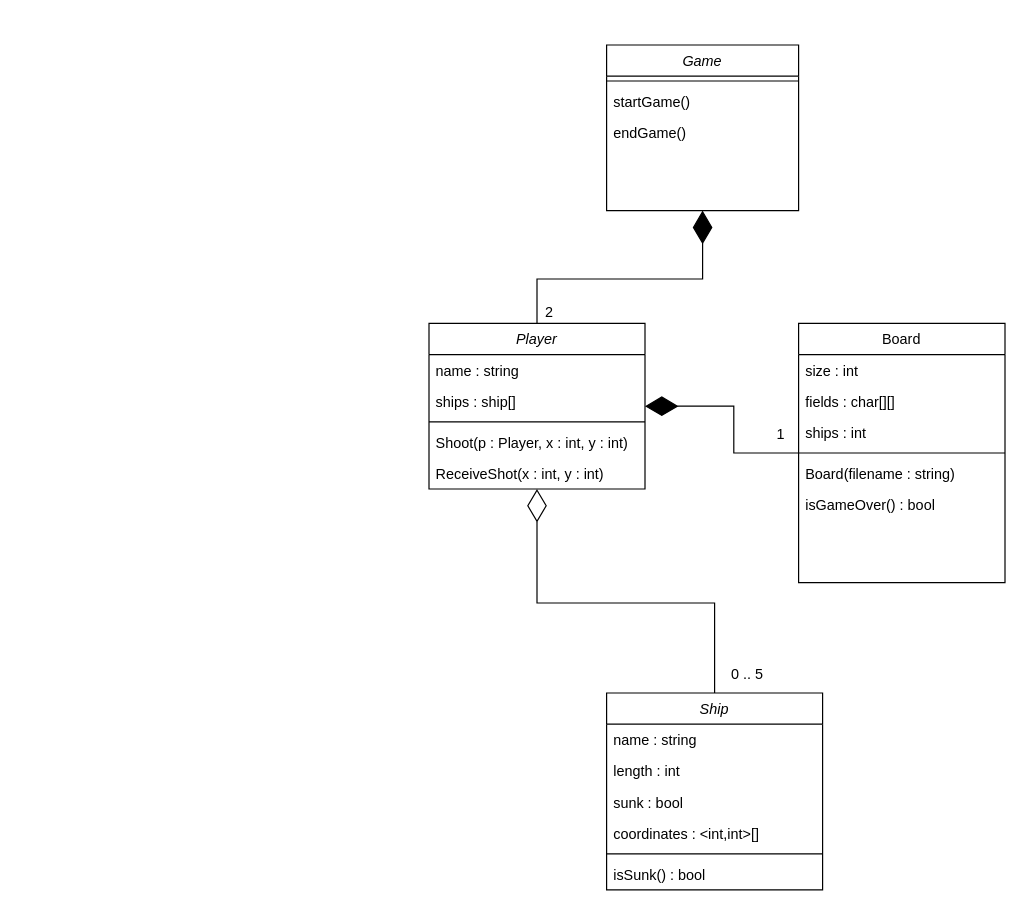
The draw.io diagram Battleships.drawio in szalaizsolt/feb17, before the edit. Source tidied: cells renumbered, new cells numbered last; positions are measured from the earlier drawing's top-left corner, leaving out a move shared by most shapes. Both pictures are drawn from the tidied source at 120%, with x=0, y=0 at pixel (428, 44).
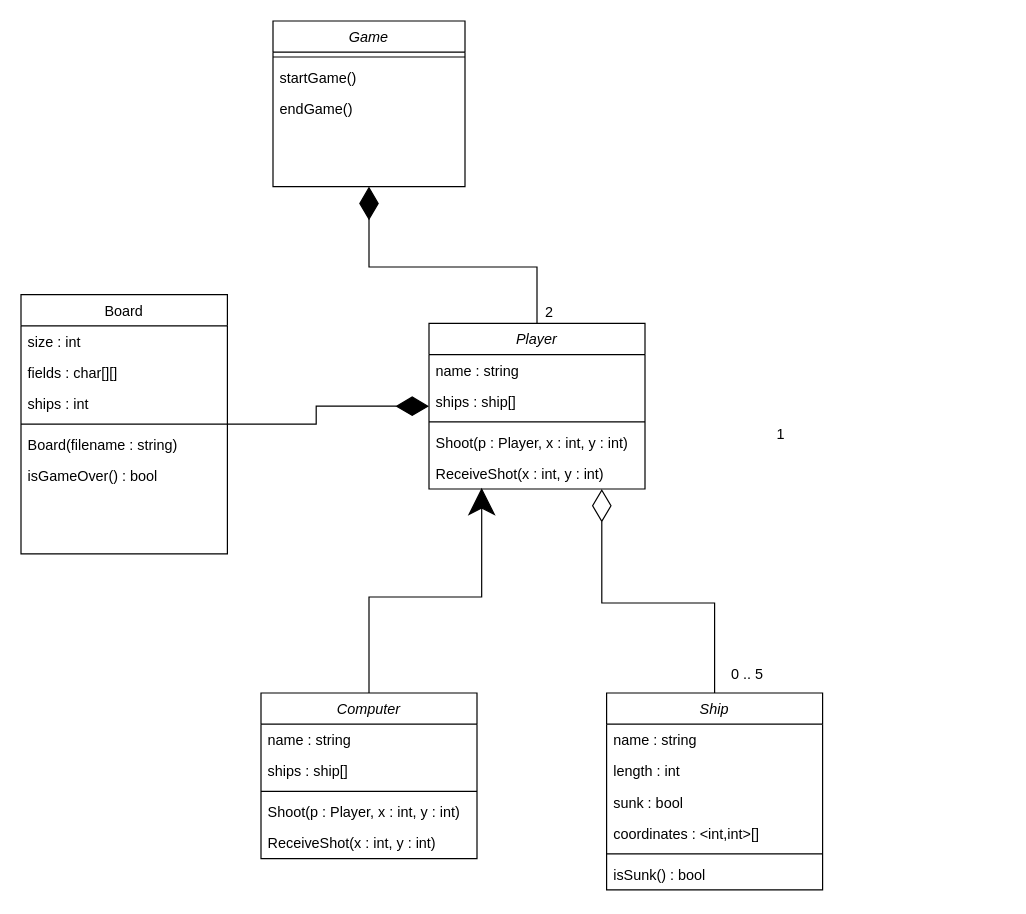
The same diagram, later.

Unchanged cells that the change refers to:
```xml
<mxCell id="3" value="Player" style="swimlane;fontStyle=2;align=center;verticalAlign=top;horizontal=1;startSize=26;rounded=0;shadow=0;strokeWidth=1;" parent="1" vertex="1">
  <mxGeometry y="232" width="180" height="138" as="geometry" />
</mxCell>
<mxCell id="8" value="ReceiveShot(x : int, y : int)" style="text;align=left;verticalAlign=top;spacingLeft=4;spacingRight=4;overflow=hidden;points=[[0,0.5],[1,0.5]];portConstraint=eastwest;" parent="3" vertex="1">
  <mxGeometry y="112" width="180" height="26" as="geometry" />
</mxCell>
<mxCell id="23" value="Ship" style="swimlane;fontStyle=2;align=center;verticalAlign=top;horizontal=1;startSize=26;rounded=0;shadow=0;strokeWidth=1;" parent="1" vertex="1">
  <mxGeometry x="148" y="540" width="180" height="164" as="geometry" />
</mxCell>
```

The edit, as a diff of the source:
```diff
@@
     <mxCell id="10" value="Board" style="swimlane;fontStyle=0;align=center;verticalAlign=top;horizontal=1;startSize=26;rounded=0;shadow=0;strokeWidth=1;" parent="1" vertex="1">
-      <mxGeometry x="308" y="232" width="172" height="216" as="geometry" />
+      <mxGeometry x="-340" y="208" width="172" height="216" as="geometry" />
     </mxCell>
@@
     <mxCell id="18" value="Game" style="swimlane;fontStyle=2;align=center;verticalAlign=top;horizontal=1;startSize=26;rounded=0;shadow=0;strokeWidth=1;" parent="1" vertex="1">
-      <mxGeometry x="148" width="160" height="138" as="geometry" />
+      <mxGeometry x="-130" y="-20" width="160" height="138" as="geometry" />
     </mxCell>
@@
-    <mxCell id="22" style="edgeStyle=orthogonalEdgeStyle;rounded=0;jettySize=auto;html=1;endArrow=diamondThin;endFill=0;endSize=25;" parent="1" edge="1" source="23" target="3">
+    <mxCell id="22" style="edgeStyle=orthogonalEdgeStyle;rounded=0;jettySize=auto;html=1;endArrow=diamondThin;endFill=0;endSize=25;entryX=0.8;entryY=1;entryDx=0;entryDy=0;entryPerimeter=0;" parent="1" edge="1" source="23" target="8">
       <mxGeometry relative="1" as="geometry" />
     </mxCell>
@@
+    <mxCell id="32" style="edgeStyle=orthogonalEdgeStyle;rounded=0;jettySize=auto;html=1;entryX=0.244;entryY=0.962;entryDx=0;entryDy=0;entryPerimeter=0;endSize=20;" parent="1" edge="1" source="33" target="8">
+      <mxGeometry relative="1" as="geometry" />
+    </mxCell>
+    <mxCell id="33" value="Computer" style="swimlane;fontStyle=2;align=center;verticalAlign=top;horizontal=1;startSize=26;rounded=0;shadow=0;strokeWidth=1;" parent="1" vertex="1">
+      <mxGeometry x="-140" y="540" width="180" height="138" as="geometry" />
+    </mxCell>
+    <mxCell id="34" value="name : string" style="text;align=left;verticalAlign=top;spacingLeft=4;spacingRight=4;overflow=hidden;" parent="33" vertex="1">
+      <mxGeometry y="26" width="180" height="26" as="geometry" />
+    </mxCell>
+    <mxCell id="35" value="ships : ship[]" style="text;align=left;verticalAlign=top;spacingLeft=4;spacingRight=4;overflow=hidden;" parent="33" vertex="1">
+      <mxGeometry y="52" width="180" height="26" as="geometry" />
+    </mxCell>
+    <mxCell id="36" style="line;html=1;strokeWidth=1;align=left;verticalAlign=middle;spacingTop=-1;spacingLeft=3;spacingRight=3;labelPosition=right;" parent="33" vertex="1">
+      <mxGeometry y="78" width="180" height="8" as="geometry" />
+    </mxCell>
+    <mxCell id="37" value="Shoot(p : Player, x : int, y : int)" style="text;align=left;verticalAlign=top;spacingLeft=4;spacingRight=4;overflow=hidden;" parent="33" vertex="1">
+      <mxGeometry y="86" width="180" height="26" as="geometry" />
+    </mxCell>
+    <mxCell id="38" value="ReceiveShot(x : int, y : int)" style="text;align=left;verticalAlign=top;spacingLeft=4;spacingRight=4;overflow=hidden;" parent="33" vertex="1">
+      <mxGeometry y="112" width="180" height="26" as="geometry" />
+    </mxCell>
```
